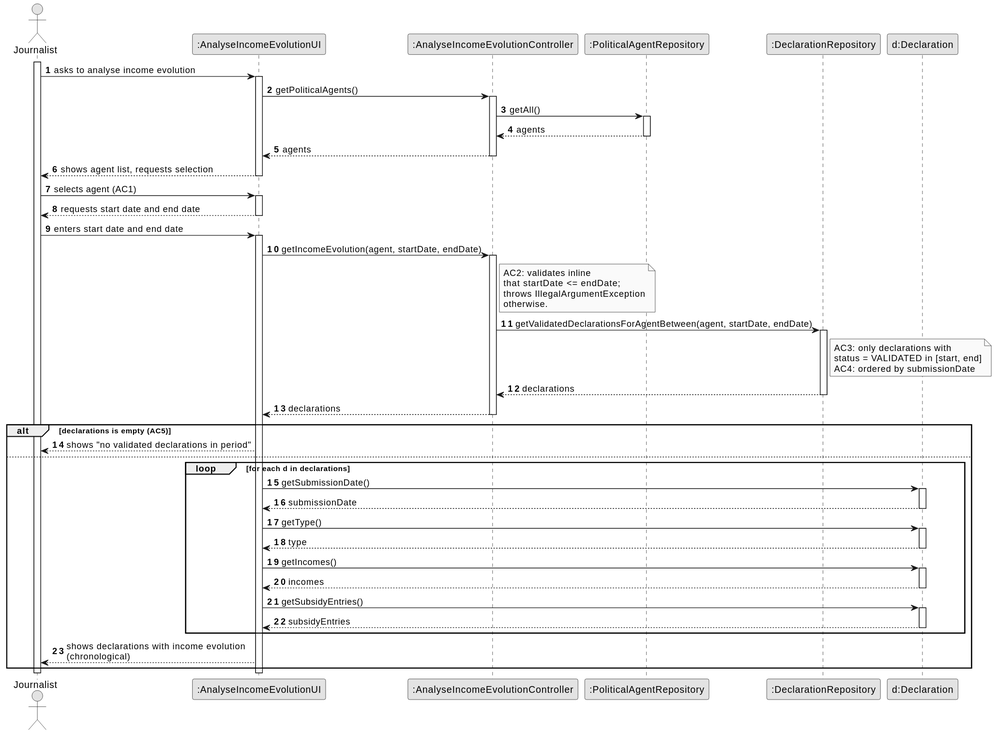
The PlantUML diagram docs/system-documentation/US10/03.design/svg/US10-SD-full.svg in brunodspinto/crystal-clear-platform, before a commit.
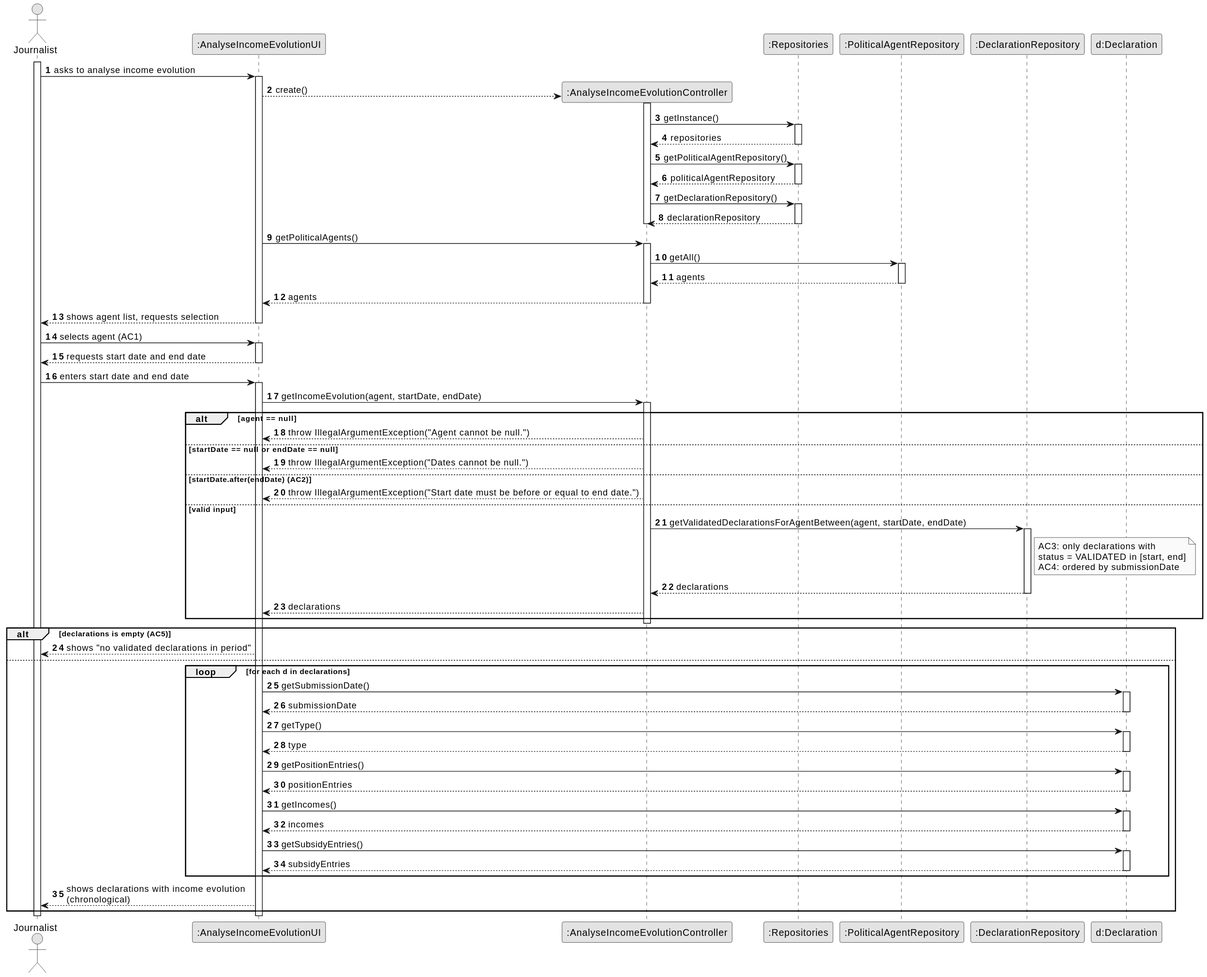
Above is the later version.

Change to the diagram source:
```diff
@@ -8,6 +8,7 @@
 actor "Journalist" as Journalist
 participant ":AnalyseIncomeEvolutionUI" as UI
 participant ":AnalyseIncomeEvolutionController" as CTRL
+participant ":Repositories" as REPOS
 participant ":PoliticalAgentRepository" as PAR
 participant ":DeclarationRepository" as DR
 participant "d:Declaration" as DEC
@@ -16,6 +17,24 @@
 
     Journalist -> UI : asks to analyse income evolution
     activate UI
+
+        UI --> CTRL** : create()
+        activate CTRL
+            CTRL -> REPOS : getInstance()
+            activate REPOS
+                REPOS --> CTRL : repositories
+            deactivate REPOS
+
+            CTRL -> REPOS : getPoliticalAgentRepository()
+            activate REPOS
+                REPOS --> CTRL : politicalAgentRepository
+            deactivate REPOS
+
+            CTRL -> REPOS : getDeclarationRepository()
+            activate REPOS
+                REPOS --> CTRL : declarationRepository
+            deactivate REPOS
+        deactivate CTRL
 
         UI -> CTRL : getPoliticalAgents()
         activate CTRL
@@ -43,26 +62,27 @@
         UI -> CTRL : getIncomeEvolution(agent, startDate, endDate)
         activate CTRL
 
-            note right of CTRL
-                AC2: validates inline
-                that startDate <= endDate;
-                throws IllegalArgumentException
-                otherwise.
-            end note
+            alt agent == null
+                CTRL --> UI : throw IllegalArgumentException("Agent cannot be null.")
+            else startDate == null or endDate == null
+                CTRL --> UI : throw IllegalArgumentException("Dates cannot be null.")
+            else startDate.after(endDate) (AC2)
+                CTRL --> UI : throw IllegalArgumentException("Start date must be before or equal to end date.")
+            else valid input
+                CTRL -> DR : getValidatedDeclarationsForAgentBetween(agent, startDate, endDate)
+                activate DR
 
-            CTRL -> DR : getValidatedDeclarationsForAgentBetween(agent, startDate, endDate)
-            activate DR
+                    note right of DR
+                        AC3: only declarations with
+                        status = VALIDATED in [start, end]
+                        AC4: ordered by submissionDate
+                    end note
 
-                note right of DR
-                    AC3: only declarations with
-                    status = VALIDATED in [start, end]
-                    AC4: ordered by submissionDate
-                end note
+                    DR --> CTRL : declarations
+                deactivate DR
 
-                DR --> CTRL : declarations
-            deactivate DR
-
-            CTRL --> UI : declarations
+                CTRL --> UI : declarations
+            end
         deactivate CTRL
 
         alt declarations is empty (AC5)
@@ -77,6 +97,11 @@
                 UI -> DEC : getType()
                 activate DEC
                     DEC --> UI : type
+                deactivate DEC
+
+                UI -> DEC : getPositionEntries()
+                activate DEC
+                    DEC --> UI : positionEntries
                 deactivate DEC
 
                 UI -> DEC : getIncomes()
```
